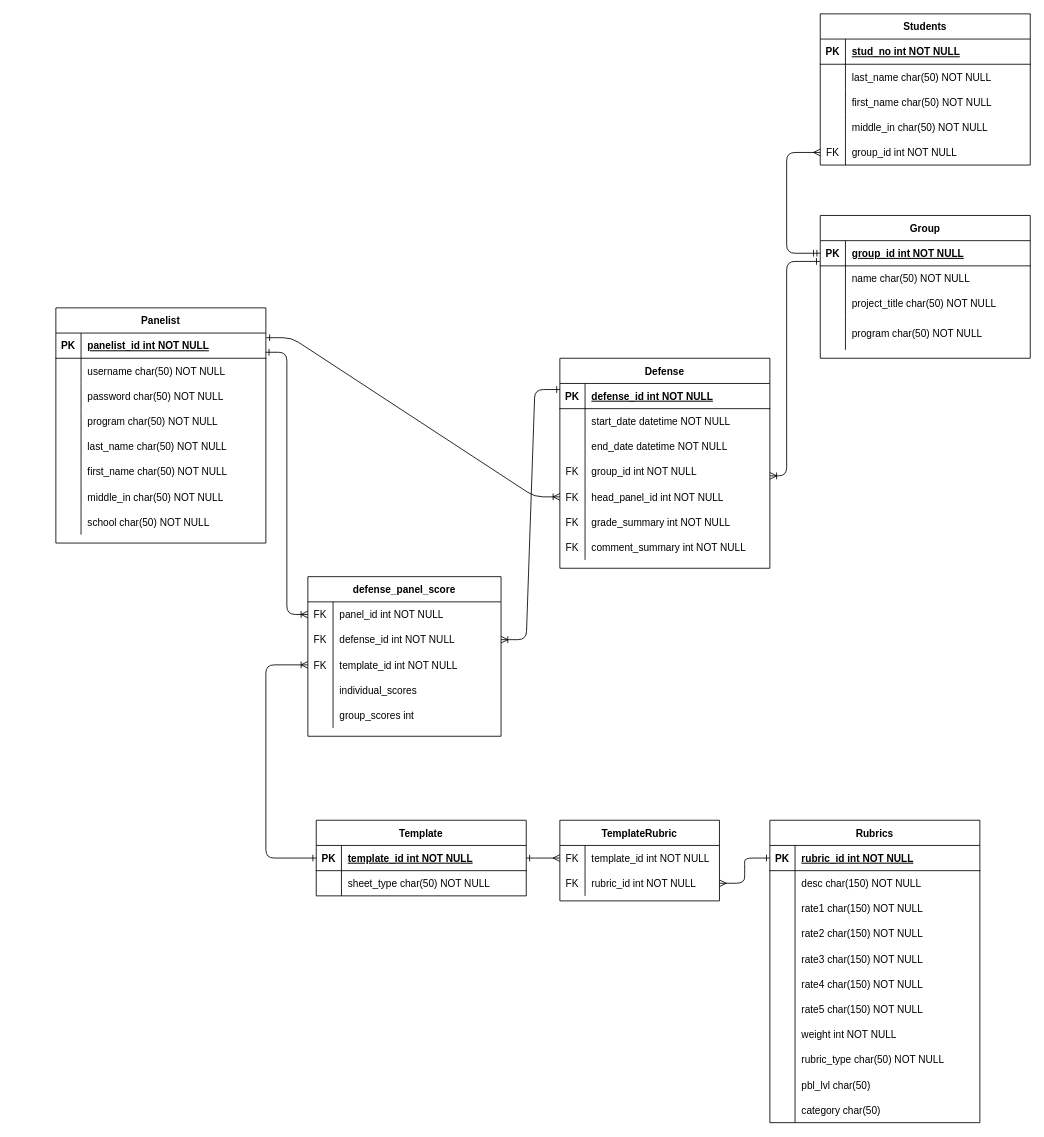
This is database_diag.drawio from charss/Panel-Web-App, a draw.io file, before an edit. Source tidied: cells renumbered, new cells numbered last; positions are measured from the earlier drawing's top-left corner, leaving out a move shared by most shapes. Both pictures are drawn from the tidied source at 84%, with x=0, y=0 at pixel (55, 13).
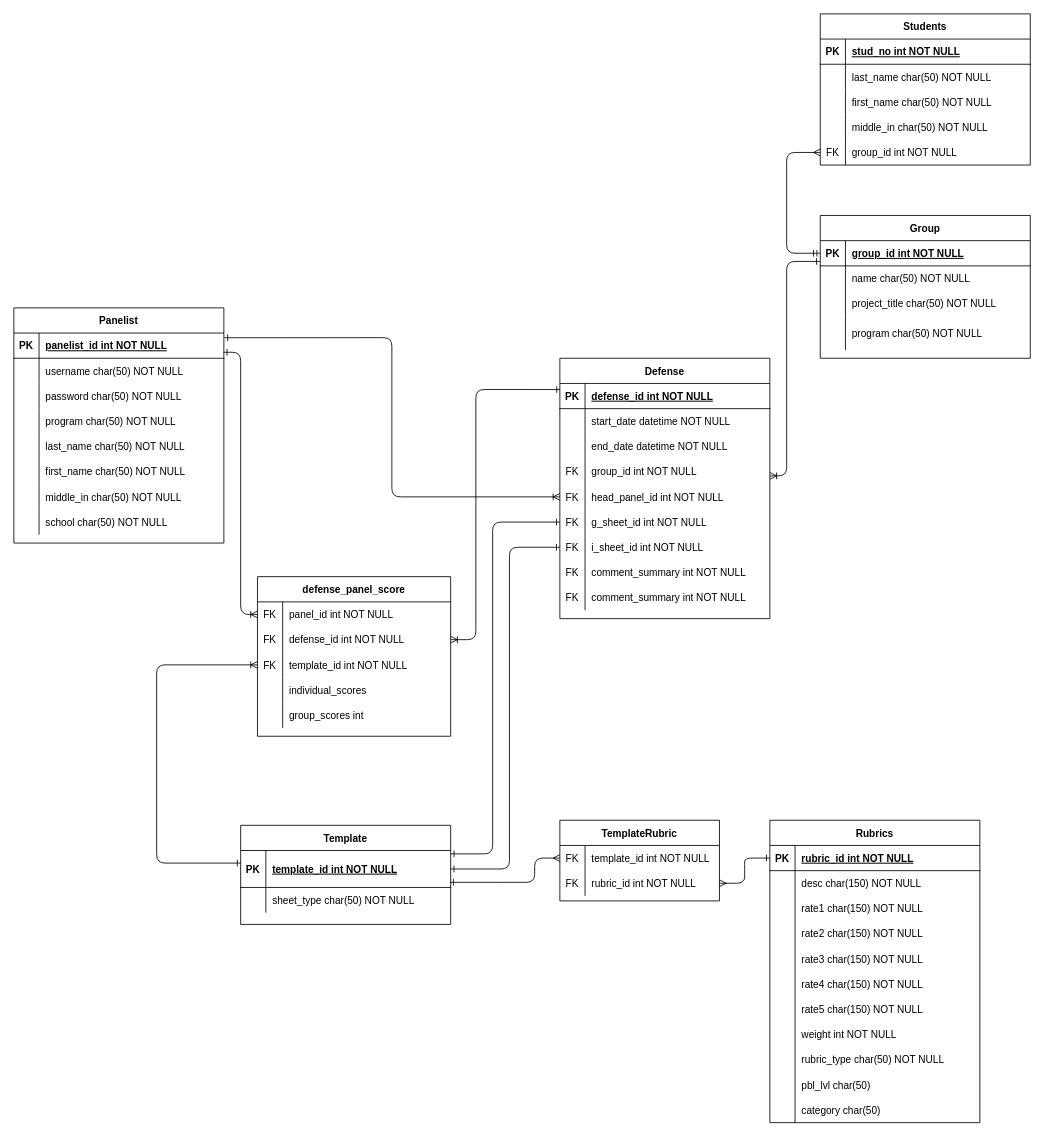
The same diagram, later.

Unchanged cells that the change refers to:
```xml
<mxCell id="32" style="shape=partialRectangle;fillColor=none;points=[[0,0.5],[1,0.5]];portConstraint=eastwest;top=0;left=0;right=0;bottom=1;" parent="31" vertex="1">
  <mxGeometry y="30" width="250" height="30" as="geometry" />
</mxCell>
<mxCell id="57" style="shape=partialRectangle;fillColor=none;points=[[0,0.5],[1,0.5]];portConstraint=eastwest;top=0;left=0;right=0;bottom=1;" parent="56" vertex="1">
  <mxGeometry y="30" width="250" height="30" as="geometry" />
</mxCell>
<mxCell id="69" style="shape=partialRectangle;fillColor=none;points=[[0,0.5],[1,0.5]];portConstraint=eastwest;top=0;left=0;right=0;bottom=0;" parent="56" vertex="1">
  <mxGeometry y="150" width="250" height="30" as="geometry" />
</mxCell>
<mxCell id="82" style="shape=partialRectangle;fillColor=none;points=[[0,0.5],[1,0.5]];portConstraint=eastwest;top=0;left=0;right=0;bottom=0;" parent="78" vertex="1">
  <mxGeometry y="60" width="230" height="30" as="geometry" />
</mxCell>
<mxCell id="85" style="shape=partialRectangle;fillColor=none;points=[[0,0.5],[1,0.5]];portConstraint=eastwest;top=0;left=0;right=0;bottom=0;" parent="78" vertex="1">
  <mxGeometry y="90" width="230" height="30" as="geometry" />
</mxCell>
<mxCell id="141" style="shape=partialRectangle;fillColor=none;points=[[0,0.5],[1,0.5]];portConstraint=eastwest;top=0;left=0;right=0;bottom=0;" parent="140" vertex="1">
  <mxGeometry y="30" width="190" height="30" as="geometry" />
</mxCell>
```

The edit, as a diff of the source:
```diff
@@
     <mxCell id="31" value="Panelist" style="shape=table;startSize=30;childLayout=tableLayout;rowLines=0;fontStyle=1;align=center;" parent="1" vertex="1">
-      <mxGeometry y="350" width="250" height="280" as="geometry" />
+      <mxGeometry x="-50" y="350" width="250" height="280" as="geometry" />
     </mxCell>
@@
     <mxCell id="56" value="Defense" style="shape=table;startSize=30;childLayout=tableLayout;rowLines=0;fontStyle=1;align=center;" parent="1" vertex="1">
-      <mxGeometry x="600" y="410" width="250" height="250" as="geometry" />
+      <mxGeometry x="600" y="410" width="250" height="310" as="geometry" />
     </mxCell>
@@
+    <mxCell id="150" style="shape=partialRectangle;fillColor=none;points=[[0,0.5],[1,0.5]];portConstraint=eastwest;top=0;left=0;right=0;bottom=0;" parent="56" vertex="1">
+      <mxGeometry y="180" width="250" height="30" as="geometry" />
+    </mxCell>
+    <mxCell id="151" value="FK" style="shape=partialRectangle;overflow=hidden;fillColor=none;top=0;left=0;bottom=0;right=0;" parent="150" vertex="1">
+      <mxGeometry width="30" height="30" as="geometry" />
+    </mxCell>
+    <mxCell id="152" value="g_sheet_id int NOT NULL" style="shape=partialRectangle;overflow=hidden;fillColor=none;top=0;left=0;bottom=0;right=0;align=left;spacingLeft=6;" parent="150" vertex="1">
+      <mxGeometry x="30" width="220" height="30" as="geometry" />
+    </mxCell>
     <mxCell id="72" style="shape=partialRectangle;fillColor=none;points=[[0,0.5],[1,0.5]];portConstraint=eastwest;top=0;left=0;right=0;bottom=0;" parent="56" vertex="1">
-      <mxGeometry y="180" width="250" height="30" as="geometry" />
+      <mxGeometry y="210" width="250" height="30" as="geometry" />
     </mxCell>
@@
-    <mxCell id="74" value="grade_summary int NOT NULL" style="shape=partialRectangle;overflow=hidden;fillColor=none;top=0;left=0;bottom=0;right=0;align=left;spacingLeft=6;" parent="72" vertex="1">
+    <mxCell id="74" value="i_sheet_id int NOT NULL" style="shape=partialRectangle;overflow=hidden;fillColor=none;top=0;left=0;bottom=0;right=0;align=left;spacingLeft=6;" parent="72" vertex="1">
       <mxGeometry x="30" width="220" height="30" as="geometry" />
     </mxCell>
+    <mxCell id="153" style="shape=partialRectangle;fillColor=none;top=0;left=0;right=0;bottom=0;" parent="56" vertex="1">
+      <mxGeometry y="240" width="250" height="30" as="geometry" />
+    </mxCell>
+    <mxCell id="154" value="FK" style="shape=partialRectangle;overflow=hidden;fillColor=none;top=0;left=0;bottom=0;right=0;" parent="153" vertex="1">
+      <mxGeometry width="30" height="30" as="geometry" />
+    </mxCell>
+    <mxCell id="155" value="comment_summary int NOT NULL" style="shape=partialRectangle;overflow=hidden;fillColor=none;top=0;left=0;bottom=0;right=0;align=left;spacingLeft=6;" parent="153" vertex="1">
+      <mxGeometry x="30" width="220" height="30" as="geometry" />
+    </mxCell>
     <mxCell id="75" style="shape=partialRectangle;fillColor=none;top=0;left=0;right=0;bottom=0;" parent="56" vertex="1">
-      <mxGeometry y="210" width="250" height="30" as="geometry" />
+      <mxGeometry y="270" width="250" height="30" as="geometry" />
     </mxCell>
@@
     <mxCell id="78" value="defense_panel_score" style="shape=table;startSize=30;childLayout=tableLayout;rowLines=0;fontStyle=1;align=center;" parent="1" vertex="1">
-      <mxGeometry x="300" y="670" width="230" height="190" as="geometry" />
+      <mxGeometry x="240" y="670" width="230" height="190" as="geometry" />
     </mxCell>
@@
-    <mxCell id="95" style="edgeStyle=entityRelationEdgeStyle;fontSize=12;html=1;endArrow=ERone;endFill=0;startArrow=ERoneToMany;startFill=0;entryX=1.002;entryY=0.184;entryDx=0;entryDy=0;entryPerimeter=0;" parent="1" edge="1" source="69" target="32">
+    <mxCell id="95" style="edgeStyle=orthogonalEdgeStyle;fontSize=12;html=1;endArrow=ERone;endFill=0;startArrow=ERoneToMany;startFill=0;entryX=1.002;entryY=0.184;entryDx=0;entryDy=0;entryPerimeter=0;" parent="1" edge="1" source="69" target="32">
       <mxGeometry relative="1" as="geometry" />
     </mxCell>
@@
-    <mxCell id="97" style="edgeStyle=entityRelationEdgeStyle;fontSize=12;html=1;endArrow=ERone;endFill=0;startArrow=ERoneToMany;startFill=0;entryX=0.001;entryY=0.241;entryDx=0;entryDy=0;entryPerimeter=0;" parent="1" edge="1" source="82" target="57">
-      <mxGeometry relative="1" as="geometry" />
+    <mxCell id="97" style="edgeStyle=orthogonalEdgeStyle;fontSize=12;html=1;endArrow=ERone;endFill=0;startArrow=ERoneToMany;startFill=0;entryX=0.001;entryY=0.241;entryDx=0;entryDy=0;entryPerimeter=0;" parent="1" edge="1" source="82" target="57">
+      <mxGeometry relative="1" as="geometry">
+        <Array as="points">
+          <mxPoint x="500" y="745" />
+          <mxPoint x="500" y="447" />
+        </Array>
+      </mxGeometry>
     </mxCell>
@@
     <mxCell id="133" value="Template" style="shape=table;startSize=30;childLayout=tableLayout;rowLines=0;fontStyle=1;align=center;" parent="1" vertex="1">
-      <mxGeometry x="310" y="960" width="250" height="90" as="geometry" />
+      <mxGeometry x="220" y="966" width="250" height="118" as="geometry" />
     </mxCell>
     <mxCell id="134" style="shape=partialRectangle;fillColor=none;points=[[0,0.5],[1,0.5]];portConstraint=eastwest;top=0;left=0;right=0;bottom=1;" parent="133" vertex="1">
-      <mxGeometry y="30" width="250" height="30" as="geometry" />
+      <mxGeometry y="30" width="250" height="44" as="geometry" />
     </mxCell>
     <mxCell id="135" value="PK" style="shape=partialRectangle;overflow=hidden;fillColor=none;top=0;left=0;bottom=0;right=0;fontStyle=1;" parent="134" vertex="1">
-      <mxGeometry width="30" height="30" as="geometry" />
+      <mxGeometry width="30" height="44" as="geometry" />
     </mxCell>
     <mxCell id="136" value="template_id int NOT NULL " style="shape=partialRectangle;overflow=hidden;fillColor=none;top=0;left=0;bottom=0;right=0;align=left;spacingLeft=6;fontStyle=5;" parent="134" vertex="1">
-      <mxGeometry x="30" width="220" height="30" as="geometry" />
+      <mxGeometry x="30" width="220" height="44" as="geometry" />
     </mxCell>
     <mxCell id="137" style="shape=partialRectangle;fillColor=none;top=0;left=0;right=0;bottom=0;" parent="133" vertex="1">
-      <mxGeometry y="60" width="250" height="30" as="geometry" />
+      <mxGeometry y="74" width="250" height="30" as="geometry" />
     </mxCell>
@@
-    <mxCell id="148" style="edgeStyle=orthogonalEdgeStyle;fontSize=12;html=1;endArrow=ERone;endFill=0;startArrow=ERmany;startFill=0;entryX=1;entryY=0.5;entryDx=0;entryDy=0;" parent="1" edge="1" source="141" target="134">
+    <mxCell id="148" style="edgeStyle=orthogonalEdgeStyle;fontSize=12;html=1;endArrow=ERone;endFill=0;startArrow=ERmany;startFill=0;entryX=0.997;entryY=0.861;entryDx=0;entryDy=0;entryPerimeter=0;" parent="1" edge="1" source="141" target="134">
       <mxGeometry relative="1" as="geometry">
         <Array as="points">
           <mxPoint x="570" y="1005" />
-          <mxPoint x="570" y="1005" />
+          <mxPoint x="570" y="1034" />
         </Array>
       </mxGeometry>
     </mxCell>
     <mxCell id="149" style="edgeStyle=orthogonalEdgeStyle;fontSize=12;html=1;endArrow=ERone;endFill=0;startArrow=ERoneToMany;startFill=0;" parent="1" edge="1" source="85" target="134">
       <mxGeometry relative="1" as="geometry">
         <Array as="points">
-          <mxPoint x="250" y="775" />
-          <mxPoint x="250" y="1005" />
+          <mxPoint x="120" y="775" />
+          <mxPoint x="120" y="1011" />
         </Array>
       </mxGeometry>
     </mxCell>
+    <mxCell id="156" style="edgeStyle=orthogonalEdgeStyle;fontSize=12;html=1;endArrow=ERone;endFill=0;startArrow=ERone;startFill=0;" parent="1" edge="1" source="72" target="134">
+      <mxGeometry relative="1" as="geometry">
+        <Array as="points">
+          <mxPoint x="540" y="635" />
+          <mxPoint x="540" y="1018" />
+        </Array>
+      </mxGeometry>
+    </mxCell>
+    <mxCell id="157" style="edgeStyle=orthogonalEdgeStyle;fontSize=12;html=1;endArrow=ERone;endFill=0;startArrow=ERone;startFill=0;" parent="1" edge="1" source="150" target="134">
+      <mxGeometry relative="1" as="geometry">
+        <Array as="points">
+          <mxPoint x="520" y="605" />
+          <mxPoint x="520" y="1000" />
+        </Array>
+      </mxGeometry>
+    </mxCell>
```
